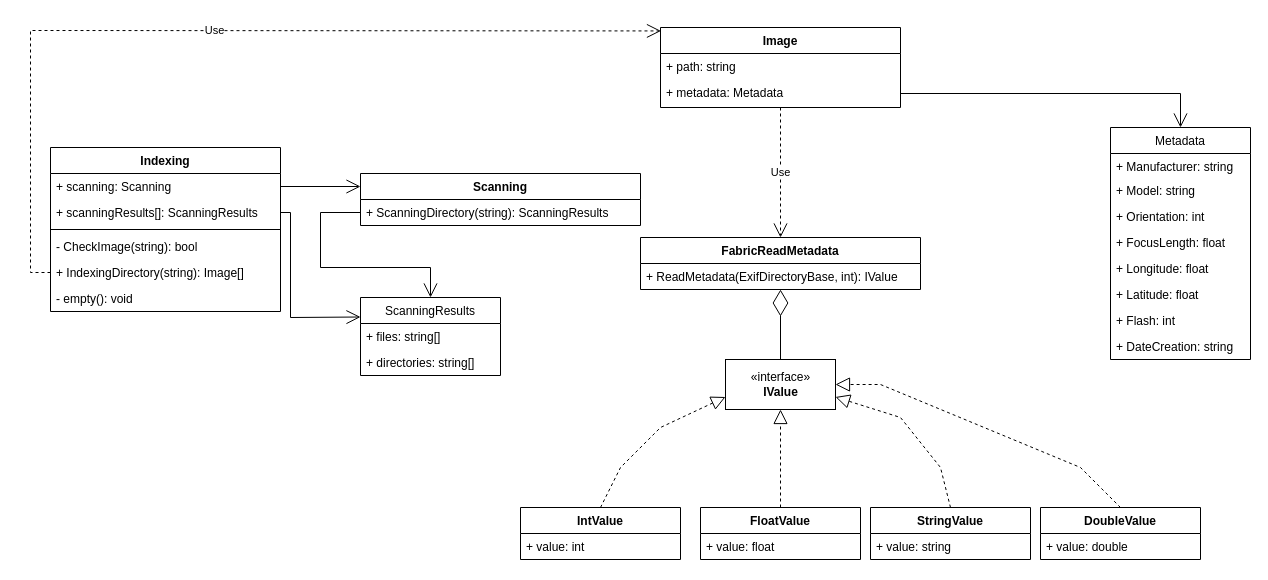
ivan-tretyak/PhotoManager keeps this draw.io diagram as page "Indexing module" (1 of 4) of ClassDiagram.drawio. Above is the earlier version. Source tidied: cells renumbered, new cells numbered last; positions are measured from the earlier drawing's top-left corner, leaving out a move shared by most shapes. Both pictures are drawn from the tidied source at 100%, with x=0, y=0 at pixel (30, 27).
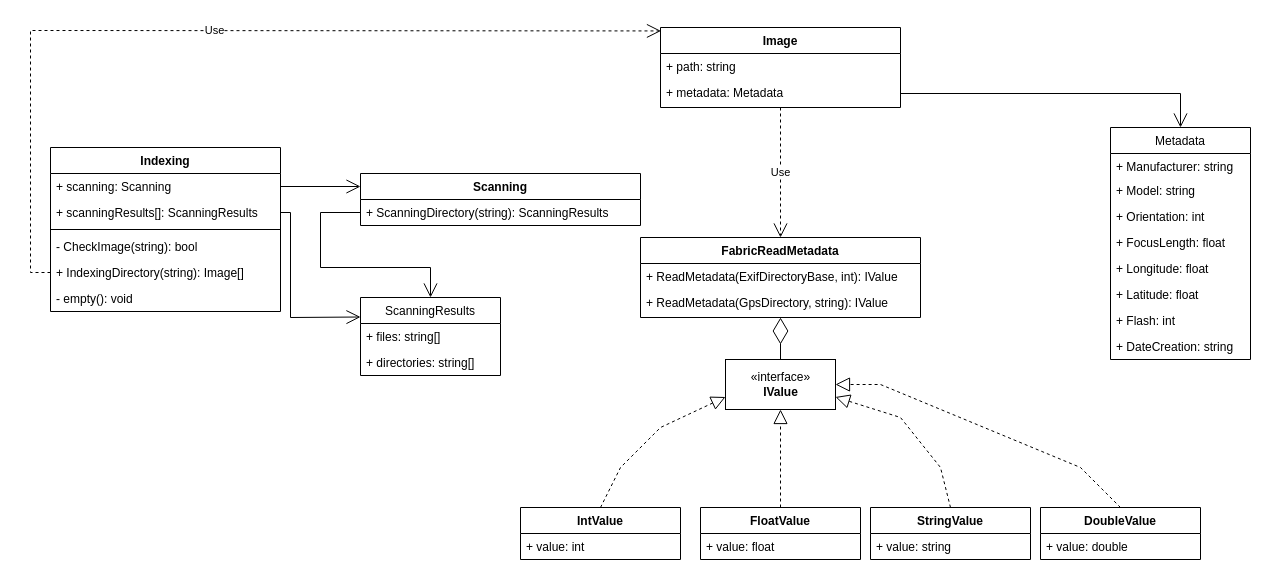
The same diagram, later.

Commit message:
Add a new method to factory class

The change refers to these unchanged cells:
```xml
<mxCell id="33" value="+ ReadMetadata(ExifDirectoryBase, int): IValue" style="text;strokeColor=none;fillColor=none;align=left;verticalAlign=top;spacingLeft=4;spacingRight=4;overflow=hidden;points=[[0,0.5],[1,0.5]];portConstraint=eastwest;" parent="32" vertex="1">
  <mxGeometry y="26" width="280" height="26" as="geometry" />
</mxCell>
<mxCell id="35" value="«interface»&lt;br&gt;&lt;b&gt;IValue&lt;/b&gt;" style="html=1;" parent="1" vertex="1">
  <mxGeometry x="695" y="332" width="110" height="50" as="geometry" />
</mxCell>
```

Change to the diagram source:
```diff
@@
     <mxCell id="32" value="FabricReadMetadata" style="swimlane;fontStyle=1;align=center;verticalAlign=top;horizontal=1;startSize=26;" parent="1" vertex="1">
-      <mxGeometry x="610" y="210" width="280" height="52" as="geometry" />
+      <mxGeometry x="610" y="210" width="280" height="80" as="geometry" />
     </mxCell>
@@
+    <mxCell id="48" value="+ ReadMetadata(GpsDirectory, string): IValue" style="text;strokeColor=none;fillColor=none;align=left;verticalAlign=top;spacingLeft=4;spacingRight=4;overflow=hidden;" parent="32" vertex="1">
+      <mxGeometry y="52" width="280" height="28" as="geometry" />
+    </mxCell>
-    <mxCell id="34" style="endArrow=diamondThin;endFill=0;endSize=24;html=1;rounded=0;" parent="1" edge="1" source="35" target="33">
-      <mxGeometry relative="1" as="geometry" />
+    <mxCell id="34" style="endArrow=diamondThin;endFill=0;endSize=24;html=1;rounded=0;" parent="1" edge="1" source="35">
+      <mxGeometry relative="1" as="geometry">
+        <mxPoint x="750" y="290" as="targetPoint" />
+      </mxGeometry>
     </mxCell>
```
